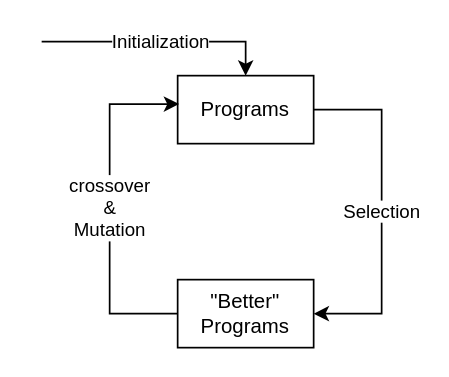
Before: page "GP" (4 of 4) of tutorials/gp/illustration.drawio in Y1fanHE/y1fanhe.github.io, a draw.io diagram. Source tidied: cells renumbered, new cells numbered last; positions are measured from the earlier drawing's top-left corner, leaving out a move shared by most shapes. Both pictures are drawn from the tidied source at 170%, with x=0, y=0 at pixel (41, 41).
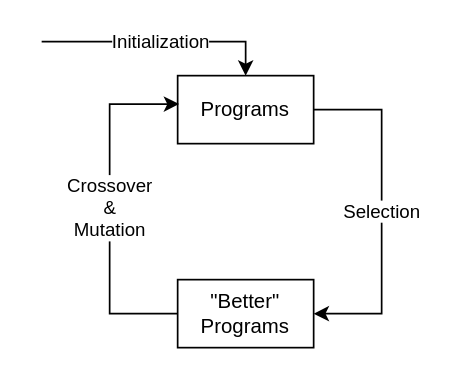
After the change.

The edit, as a diff of the source:
```diff
@@
 <mxGraphModel>
   <root>
     <mxCell id="0" />
     <mxCell id="1" parent="0" />
     <mxCell id="2" value="Selection" style="edgeStyle=orthogonalEdgeStyle;rounded=0;jettySize=auto;html=1;exitX=1;exitY=0.5;exitDx=0;exitDy=0;entryX=1;entryY=0.5;entryDx=0;entryDy=0;" parent="1" edge="1" source="3" target="5">
       <mxGeometry relative="1" as="geometry">
         <Array as="points">
           <mxPoint x="200" y="40" />
           <mxPoint x="200" y="160" />
         </Array>
       </mxGeometry>
     </mxCell>
     <mxCell id="3" value="Programs" style="rounded=0;whiteSpace=wrap;html=1;fillColor=none;" parent="1" vertex="1">
       <mxGeometry x="80" y="20" width="80" height="40" as="geometry" />
     </mxCell>
-    <mxCell id="4" value="crossover&lt;br&gt;&amp;amp;&lt;br&gt;Mutation" style="edgeStyle=orthogonalEdgeStyle;rounded=0;jettySize=auto;html=1;exitX=0;exitY=0.5;exitDx=0;exitDy=0;entryX=0.011;entryY=0.418;entryDx=0;entryDy=0;entryPerimeter=0;" parent="1" edge="1" source="5" target="3">
+    <mxCell id="4" value="Crossover&lt;br&gt;&amp;amp;&lt;br&gt;Mutation" style="edgeStyle=orthogonalEdgeStyle;rounded=0;jettySize=auto;html=1;exitX=0;exitY=0.5;exitDx=0;exitDy=0;entryX=0.011;entryY=0.418;entryDx=0;entryDy=0;entryPerimeter=0;" parent="1" edge="1" source="5" target="3">
       <mxGeometry relative="1" as="geometry">
         <Array as="points">
           <mxPoint x="40" y="160" />
           <mxPoint x="40" y="37" />
         </Array>
       </mxGeometry>
     </mxCell>
     <mxCell id="5" value="&quot;Better&quot; Programs" style="rounded=0;whiteSpace=wrap;html=1;fillColor=none;" parent="1" vertex="1">
       <mxGeometry x="80" y="140" width="80" height="40" as="geometry" />
     </mxCell>
     <mxCell id="6" value="Initialization" style="endArrow=classic;html=1;rounded=0;entryX=0.5;entryY=0;entryDx=0;entryDy=0;" parent="1" edge="1" target="3">
       <mxGeometry relative="1" as="geometry">
         <mxPoint as="sourcePoint" />
         <Array as="points">
           <mxPoint x="120" />
         </Array>
       </mxGeometry>
     </mxCell>
   </root>
 </mxGraphModel>
```
